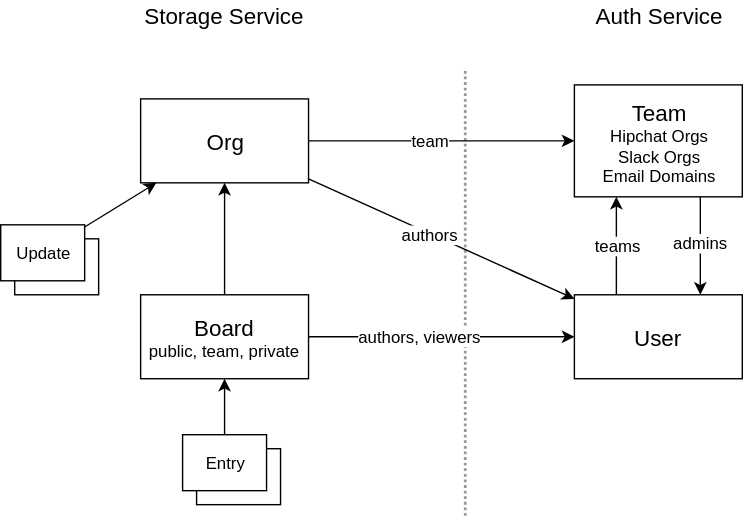
This is docs/OC-Authorization.svg from open-company/open-company-auth, a draw.io export, as it was before one commit. Source tidied: cells renumbered, new cells last; positions are measured from the earlier drawing's top-left corner, leaving out a move shared by most shapes.
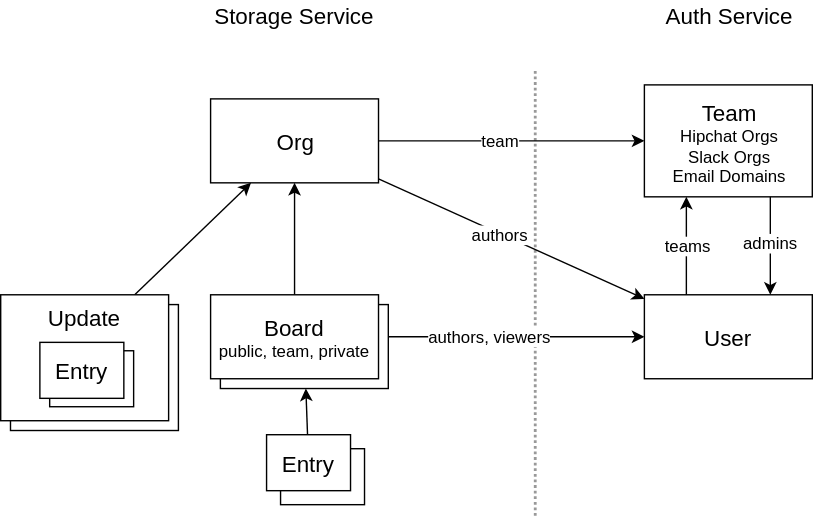
Later version of the same file.

The edit, as a diff of the source:
```diff
@@ -5,18 +5,14 @@
     <mxCell id="2" value="&lt;font style=&quot;font-size: 16px&quot;&gt;Org&lt;/font&gt;" style="whiteSpace=wrap;html=1;fontSize=12;fontColor=#000000;align=center;" parent="1" vertex="1">
       <mxGeometry x="100" y="70" width="120" height="60" as="geometry" />
     </mxCell>
-    <mxCell id="3" value="&lt;div style=&quot;text-align: center&quot;&gt;&lt;font style=&quot;font-size: 16px&quot;&gt;Board&lt;/font&gt;&lt;/div&gt;&lt;div style=&quot;text-align: center&quot;&gt;public, team, private&lt;/div&gt;" style="whiteSpace=wrap;html=1;fontSize=12;fontColor=#000000;align=center;" parent="1" vertex="1">
-      <mxGeometry x="100" y="210" width="120" height="60" as="geometry" />
-    </mxCell>
     <mxCell id="4" style="endArrow=classic;html=1;strokeColor=#000000;fontSize=12;fontColor=#000000;" parent="1" edge="1" source="3" target="2">
       <mxGeometry relative="1" as="geometry" />
     </mxCell>
-    <mxCell id="5" style="endArrow=classic;html=1;strokeColor=#000000;fontSize=12;fontColor=#000000;" parent="1" edge="1" source="23" target="2">
-      <mxGeometry relative="1" as="geometry" />
+    <mxCell id="5" style="endArrow=classic;html=1;strokeColor=#000000;fontSize=12;fontColor=#000000;" parent="1" edge="1" target="2">
+      <mxGeometry relative="1" as="geometry">
+        <mxPoint x="45.8" y="210" as="sourcePoint" />
+      </mxGeometry>
     </mxCell>
-    <mxCell id="6" style="endArrow=classic;html=1;strokeColor=#000000;fontSize=12;fontColor=#000000;" parent="1" edge="1" source="25" target="3">
-      <mxGeometry relative="1" as="geometry" />
-    </mxCell>
     <mxCell id="7" value="&lt;font style=&quot;font-size: 16px&quot;&gt;Storage Service&lt;/font&gt;" style="text;html=1;strokeColor=none;fillColor=none;align=center;verticalAlign=middle;whiteSpace=wrap;fontSize=12;fontColor=#000000;" parent="1" vertex="1">
       <mxGeometry x="100" width="120" height="20" as="geometry" />
     </mxCell>
@@ -62,17 +58,32 @@
     <mxCell id="21" value="&lt;font color=&quot;#000000&quot;&gt;authors&lt;/font&gt;" style="text;html=1;align=center;verticalAlign=middle;labelBackgroundColor=#ffffff;fontSize=12;fontColor=#FF3333;" parent="20" vertex="1">
       <mxGeometry x="-0.09" relative="1" as="geometry" />
     </mxCell>
-    <mxCell id="22" value="Update" style="whiteSpace=wrap;html=1;fontSize=12;fontColor=#000000;align=center;" parent="1" vertex="1">
-      <mxGeometry x="10" y="170" width="60" height="40" as="geometry" />
-    </mxCell>
-    <mxCell id="23" value="Update" style="whiteSpace=wrap;html=1;fontSize=12;fontColor=#000000;align=center;" parent="1" vertex="1">
-      <mxGeometry y="160" width="60" height="40" as="geometry" />
-    </mxCell>
-    <mxCell id="24" value="Entry" style="whiteSpace=wrap;html=1;fontSize=12;fontColor=#000000;align=center;" parent="1" vertex="1">
-      <mxGeometry x="140" y="320" width="60" height="40" as="geometry" />
+    <mxCell id="24" style="whiteSpace=wrap;html=1;fontSize=12;fontColor=#000000;align=center;" parent="1" vertex="1">
+      <mxGeometry x="150" y="320" width="60" height="40" as="geometry" />
     </mxCell>
-    <mxCell id="25" value="Entry" style="whiteSpace=wrap;html=1;fontSize=12;fontColor=#000000;align=center;" parent="1" vertex="1">
-      <mxGeometry x="130" y="310" width="60" height="40" as="geometry" />
+    <mxCell id="25" value="&lt;font style=&quot;font-size: 16px&quot;&gt;Entry&lt;/font&gt;" style="whiteSpace=wrap;html=1;fontSize=12;fontColor=#000000;align=center;" parent="1" vertex="1">
+      <mxGeometry x="140" y="310" width="60" height="40" as="geometry" />
     </mxCell>
+    <mxCell id="26" value="&lt;div style=&quot;text-align: center&quot;&gt;&lt;br&gt;&lt;/div&gt;" style="whiteSpace=wrap;html=1;fontSize=12;fontColor=#000000;align=center;" parent="1" vertex="1">
+      <mxGeometry x="107" y="217" width="120" height="60" as="geometry" />
+    </mxCell>
+    <mxCell id="3" value="&lt;div style=&quot;text-align: center&quot;&gt;&lt;font style=&quot;font-size: 16px&quot;&gt;Board&lt;/font&gt;&lt;/div&gt;&lt;div style=&quot;text-align: center&quot;&gt;public, team, private&lt;/div&gt;" style="whiteSpace=wrap;html=1;fontSize=12;fontColor=#000000;align=center;" parent="1" vertex="1">
+      <mxGeometry x="100" y="210" width="120" height="60" as="geometry" />
+    </mxCell>
+    <mxCell id="6" style="endArrow=classic;html=1;strokeColor=#000000;fontSize=12;fontColor=#000000;" parent="1" edge="1" source="25" target="26">
+      <mxGeometry relative="1" as="geometry" />
+    </mxCell>
+    <mxCell id="27" value="&lt;div style=&quot;text-align: center&quot;&gt;&lt;br&gt;&lt;/div&gt;" style="whiteSpace=wrap;html=1;fontSize=12;fontColor=#000000;align=center;" parent="1" vertex="1">
+      <mxGeometry x="-43" y="217" width="120" height="90" as="geometry" />
+    </mxCell>
+    <mxCell id="28" value="&lt;div style=&quot;text-align: center&quot;&gt;&lt;span style=&quot;font-size: 16px&quot;&gt;Update&lt;/span&gt;&lt;/div&gt;&lt;div style=&quot;text-align: center&quot;&gt;&lt;span style=&quot;font-size: 16px&quot;&gt;&lt;br&gt;&lt;/span&gt;&lt;/div&gt;&lt;div style=&quot;text-align: center&quot;&gt;&lt;span style=&quot;font-size: 16px&quot;&gt;&lt;br&gt;&lt;/span&gt;&lt;/div&gt;&lt;div style=&quot;text-align: center&quot;&gt;&lt;span style=&quot;font-size: 16px&quot;&gt;&lt;br&gt;&lt;/span&gt;&lt;/div&gt;" style="whiteSpace=wrap;html=1;fontSize=12;fontColor=#000000;align=center;" parent="1" vertex="1">
+      <mxGeometry x="-50" y="210" width="120" height="90" as="geometry" />
+    </mxCell>
+    <mxCell id="29" style="whiteSpace=wrap;html=1;fontSize=12;fontColor=#000000;align=center;" parent="1" vertex="1">
+      <mxGeometry x="-15" y="250" width="60" height="40" as="geometry" />
+    </mxCell>
+    <mxCell id="30" value="&lt;font style=&quot;font-size: 16px&quot;&gt;Entry&lt;/font&gt;" style="whiteSpace=wrap;html=1;fontSize=12;fontColor=#000000;align=center;" parent="1" vertex="1">
+      <mxGeometry x="-22" y="244" width="60" height="40" as="geometry" />
+    </mxCell>
   </root>
 </mxGraphModel>
```
